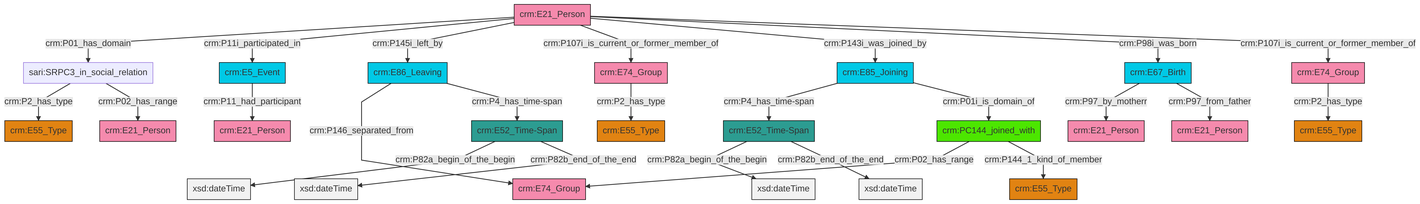
Earlier version of the Mermaid export et/personCSV/ttl/mmd/png/Person_Actor_Relations.png (swiss-art-research-net/reference-data-models). Its source is kept beside it as et/personCSV/ttl/mmd/Person_Actor_Relations.ttl.mmd.
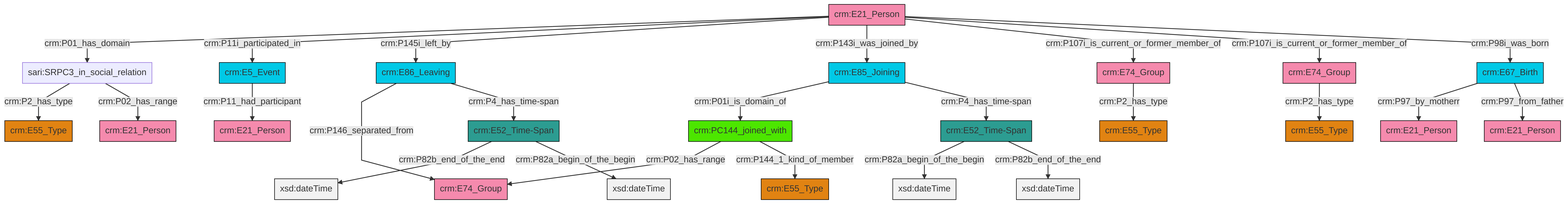
After the change.

What changed in the source:
```diff
@@ -13,27 +13,27 @@
 classDef PC_Classes fill:#4ce600, stroke:#000000;
 classDef Multi fill:#cccccc,stroke:#000000;
 
-6["crm:E52_Time-Span"]:::Time-Span -->|crm:P82a_begin_of_the_begin| 7[xsd:dateTime]:::Literal
-0["crm:PC144_joined_with"]:::PC_Classes -->|crm:P02_has_range| 10["crm:E74_Group"]:::Actor
-11["crm:E67_Birth"]:::Temporal_Entity -->|crm:P97_by_motherr| 12["crm:E21_Person"]:::Actor
-13["crm:E21_Person"]:::Actor -->|crm:P01_has_domain| 14["sari:SRPC3_in_social_relation"]:::Default
-8["crm:E85_Joining"]:::Temporal_Entity -->|crm:P4_has_time-span| 15["crm:E52_Time-Span"]:::Time-Span
-13["crm:E21_Person"]:::Actor -->|crm:P11i_participated_in| 16["crm:E5_Event"]:::Temporal_Entity
-18["crm:E74_Group"]:::Actor -->|crm:P2_has_type| 19["crm:E55_Type"]:::Type
-14["sari:SRPC3_in_social_relation"]:::Default -->|crm:P2_has_type| 20["crm:E55_Type"]:::Type
-13["crm:E21_Person"]:::Actor -->|crm:P145i_left_by| 22["crm:E86_Leaving"]:::Temporal_Entity
-13["crm:E21_Person"]:::Actor -->|crm:P107i_is_current_or_former_member_of| 24["crm:E74_Group"]:::Actor
-14["sari:SRPC3_in_social_relation"]:::Default -->|crm:P02_has_range| 26["crm:E21_Person"]:::Actor
-15["crm:E52_Time-Span"]:::Time-Span -->|crm:P82a_begin_of_the_begin| 27[xsd:dateTime]:::Literal
-6["crm:E52_Time-Span"]:::Time-Span -->|crm:P82b_end_of_the_end| 28[xsd:dateTime]:::Literal
-8["crm:E85_Joining"]:::Temporal_Entity -->|crm:P01i_is_domain_of| 0["crm:PC144_joined_with"]:::PC_Classes
-11["crm:E67_Birth"]:::Temporal_Entity -->|crm:P97_from_father| 29["crm:E21_Person"]:::Actor
-13["crm:E21_Person"]:::Actor -->|crm:P143i_was_joined_by| 8["crm:E85_Joining"]:::Temporal_Entity
-24["crm:E74_Group"]:::Actor -->|crm:P2_has_type| 2["crm:E55_Type"]:::Type
-15["crm:E52_Time-Span"]:::Time-Span -->|crm:P82b_end_of_the_end| 32[xsd:dateTime]:::Literal
-22["crm:E86_Leaving"]:::Temporal_Entity -->|crm:P146_separated_from| 10["crm:E74_Group"]:::Actor
-13["crm:E21_Person"]:::Actor -->|crm:P98i_was_born| 11["crm:E67_Birth"]:::Temporal_Entity
-16["crm:E5_Event"]:::Temporal_Entity -->|crm:P11_had_participant| 36["crm:E21_Person"]:::Actor
-13["crm:E21_Person"]:::Actor -->|crm:P107i_is_current_or_former_member_of| 18["crm:E74_Group"]:::Actor
-0["crm:PC144_joined_with"]:::PC_Classes -->|crm:P144_1_kind_of_member| 4["crm:E55_Type"]:::Type
-22["crm:E86_Leaving"]:::Temporal_Entity -->|crm:P4_has_time-span| 6["crm:E52_Time-Span"]:::Time-Span
+2["crm:E67_Birth"]:::Temporal_Entity -->|crm:P97_by_motherr| 3["crm:E21_Person"]:::Actor
+13["sari:SRPC3_in_social_relation"]:::Default -->|crm:P2_has_type| 14["crm:E55_Type"]:::Type
+17["crm:E85_Joining"]:::Temporal_Entity -->|crm:P01i_is_domain_of| 18["crm:PC144_joined_with"]:::PC_Classes
+13["sari:SRPC3_in_social_relation"]:::Default -->|crm:P02_has_range| 19["crm:E21_Person"]:::Actor
+21["crm:E86_Leaving"]:::Temporal_Entity -->|crm:P146_separated_from| 22["crm:E74_Group"]:::Actor
+5["crm:E74_Group"]:::Actor -->|crm:P2_has_type| 23["crm:E55_Type"]:::Type
+24["crm:E21_Person"]:::Actor -->|crm:P01_has_domain| 13["sari:SRPC3_in_social_relation"]:::Default
+18["crm:PC144_joined_with"]:::PC_Classes -->|crm:P02_has_range| 22["crm:E74_Group"]:::Actor
+2["crm:E67_Birth"]:::Temporal_Entity -->|crm:P97_from_father| 25["crm:E21_Person"]:::Actor
+11["crm:E5_Event"]:::Temporal_Entity -->|crm:P11_had_participant| 15["crm:E21_Person"]:::Actor
+24["crm:E21_Person"]:::Actor -->|crm:P11i_participated_in| 11["crm:E5_Event"]:::Temporal_Entity
+24["crm:E21_Person"]:::Actor -->|crm:P145i_left_by| 21["crm:E86_Leaving"]:::Temporal_Entity
+24["crm:E21_Person"]:::Actor -->|crm:P143i_was_joined_by| 17["crm:E85_Joining"]:::Temporal_Entity
+24["crm:E21_Person"]:::Actor -->|crm:P107i_is_current_or_former_member_of| 9["crm:E74_Group"]:::Actor
+21["crm:E86_Leaving"]:::Temporal_Entity -->|crm:P4_has_time-span| 30["crm:E52_Time-Span"]:::Time-Span
+7["crm:E52_Time-Span"]:::Time-Span -->|crm:P82a_begin_of_the_begin| 31[xsd:dateTime]:::Literal
+17["crm:E85_Joining"]:::Temporal_Entity -->|crm:P4_has_time-span| 7["crm:E52_Time-Span"]:::Time-Span
+24["crm:E21_Person"]:::Actor -->|crm:P107i_is_current_or_former_member_of| 5["crm:E74_Group"]:::Actor
+24["crm:E21_Person"]:::Actor -->|crm:P98i_was_born| 2["crm:E67_Birth"]:::Temporal_Entity
+9["crm:E74_Group"]:::Actor -->|crm:P2_has_type| 0["crm:E55_Type"]:::Type
+30["crm:E52_Time-Span"]:::Time-Span -->|crm:P82b_end_of_the_end| 42[xsd:dateTime]:::Literal
+30["crm:E52_Time-Span"]:::Time-Span -->|crm:P82a_begin_of_the_begin| 44[xsd:dateTime]:::Literal
+18["crm:PC144_joined_with"]:::PC_Classes -->|crm:P144_1_kind_of_member| 40["crm:E55_Type"]:::Type
+7["crm:E52_Time-Span"]:::Time-Span -->|crm:P82b_end_of_the_end| 46[xsd:dateTime]:::Literal
```
